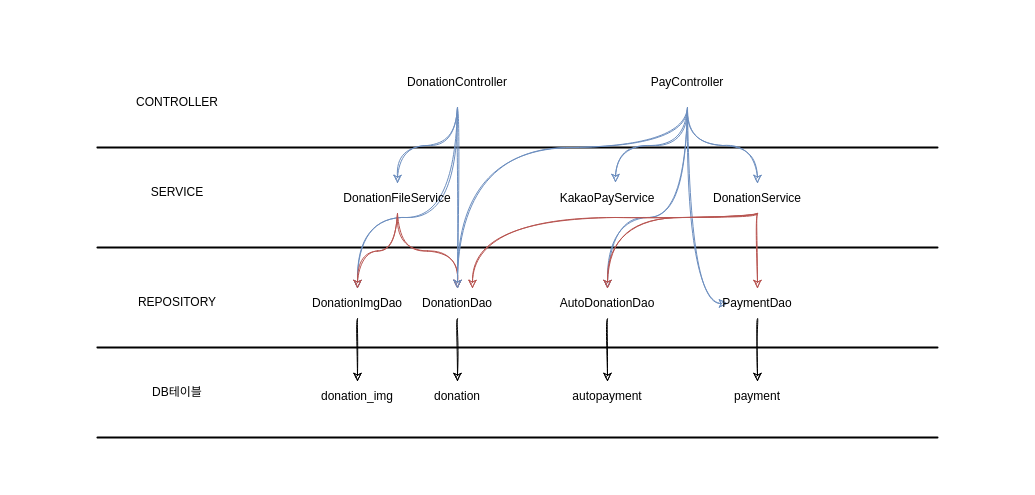
This is ttamna/document/계층형/계층형 김종엽.drawio from choihyunjoon1/ttamna, a draw.io file, before an edit. Source tidied: cells renumbered, new cells numbered last; positions are measured from the earlier drawing's top-left corner, leaving out a move shared by most shapes. Both pictures are drawn from the tidied source at 100%, with x=0, y=0 at pixel (97, 57).
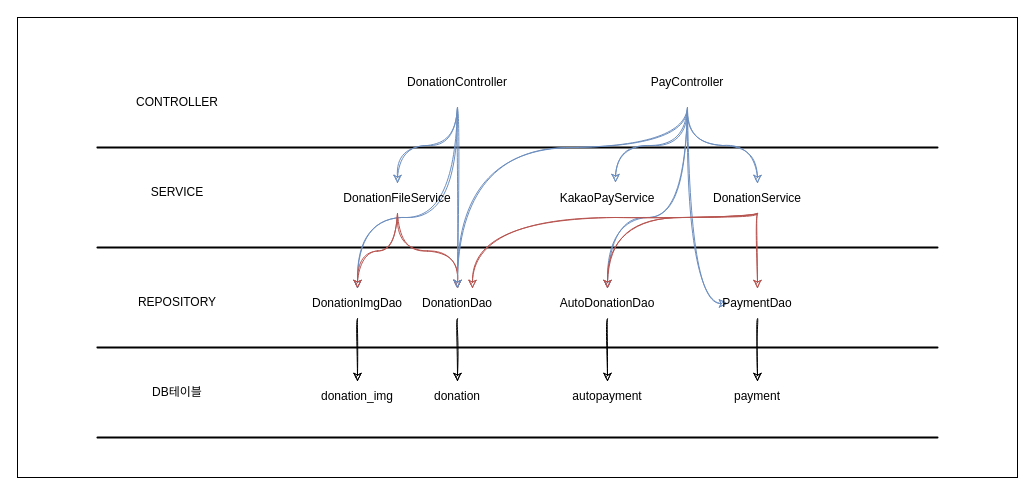
The same page after the edit.

Commit message:
Update 계층형 김종엽.drawio

What changed in the source:
```diff
@@
+    <mxCell id="40" style="rounded=0;whiteSpace=wrap;html=1;" parent="1" vertex="1">
+      <mxGeometry x="-80" y="-40" width="1000" height="460" as="geometry" />
+    </mxCell>
```
